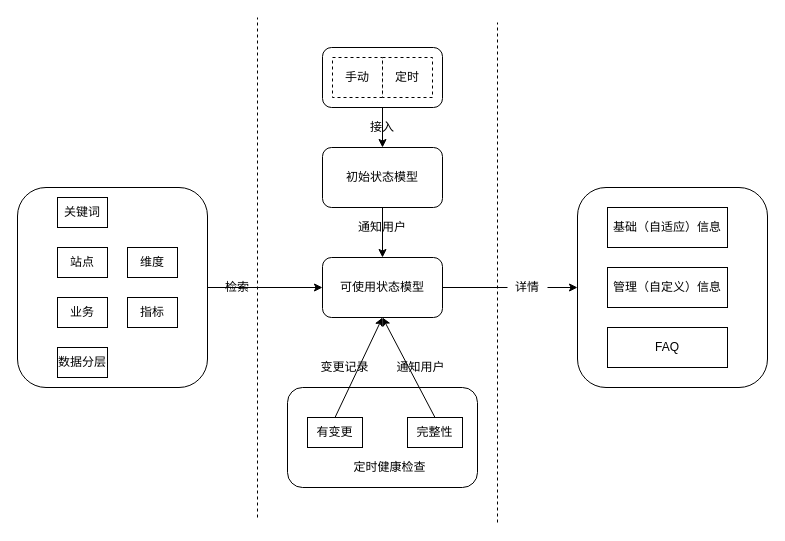
Before: page "第 2 页" (2 of 2) of demo01/demo.drawio in huang-chh/draw, a draw.io diagram. Source tidied: cells renumbered, new cells numbered last; positions are measured from the earlier drawing's top-left corner, leaving out a move shared by most shapes. Both pictures are drawn from the tidied source at 100%, with x=0, y=0 at pixel (17, 17).
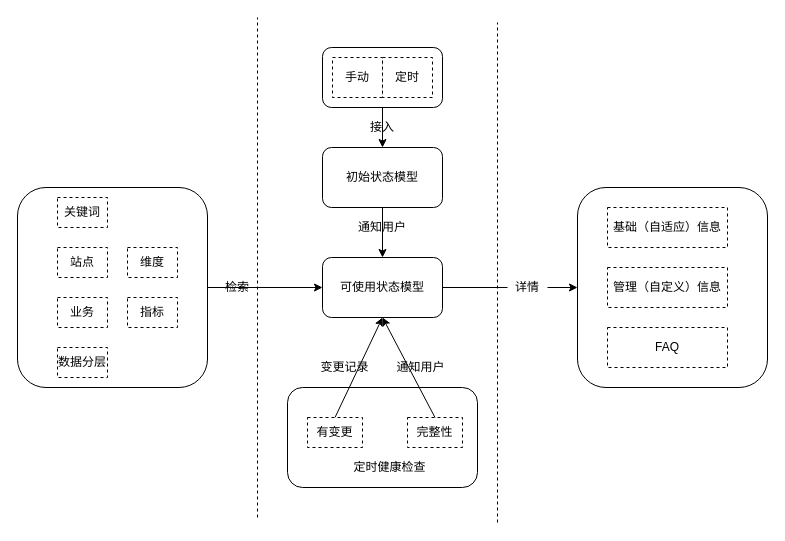
The same diagram, later.

The edit, as a diff of the source:
```diff
@@
-    <mxCell id="14" value="有变更" style="rounded=0;whiteSpace=wrap;html=1;" parent="1" vertex="1">
+    <mxCell id="14" value="有变更" style="rounded=0;whiteSpace=wrap;html=1;dashed=1;" parent="1" vertex="1">
       <mxGeometry x="290" y="400" width="55" height="30" as="geometry" />
     </mxCell>
-    <mxCell id="15" value="完整性" style="rounded=0;whiteSpace=wrap;html=1;" parent="1" vertex="1">
+    <mxCell id="15" value="完整性" style="rounded=0;whiteSpace=wrap;html=1;dashed=1;" parent="1" vertex="1">
       <mxGeometry x="390" y="400" width="55" height="30" as="geometry" />
     </mxCell>
@@
-    <mxCell id="20" value="数据分层" style="rounded=0;whiteSpace=wrap;html=1;" parent="1" vertex="1">
+    <mxCell id="20" value="数据分层" style="rounded=0;whiteSpace=wrap;html=1;dashed=1;" parent="1" vertex="1">
       <mxGeometry x="40" y="330" width="50" height="30" as="geometry" />
     </mxCell>
-    <mxCell id="21" value="业务" style="rounded=0;whiteSpace=wrap;html=1;" parent="1" vertex="1">
+    <mxCell id="21" value="业务" style="rounded=0;whiteSpace=wrap;html=1;dashed=1;" parent="1" vertex="1">
       <mxGeometry x="40" y="280" width="50" height="30" as="geometry" />
     </mxCell>
-    <mxCell id="22" value="站点" style="rounded=0;whiteSpace=wrap;html=1;" parent="1" vertex="1">
+    <mxCell id="22" value="站点" style="rounded=0;whiteSpace=wrap;html=1;dashed=1;" parent="1" vertex="1">
       <mxGeometry x="40" y="230" width="50" height="30" as="geometry" />
     </mxCell>
-    <mxCell id="23" value="关键词" style="rounded=0;whiteSpace=wrap;html=1;" parent="1" vertex="1">
+    <mxCell id="23" value="关键词" style="rounded=0;whiteSpace=wrap;html=1;dashed=1;" parent="1" vertex="1">
       <mxGeometry x="40" y="180" width="50" height="30" as="geometry" />
     </mxCell>
-    <mxCell id="24" value="维度" style="rounded=0;whiteSpace=wrap;html=1;" parent="1" vertex="1">
+    <mxCell id="24" value="维度" style="rounded=0;whiteSpace=wrap;html=1;dashed=1;" parent="1" vertex="1">
       <mxGeometry x="110" y="230" width="50" height="30" as="geometry" />
     </mxCell>
-    <mxCell id="25" value="指标" style="rounded=0;whiteSpace=wrap;html=1;" parent="1" vertex="1">
+    <mxCell id="25" value="指标" style="rounded=0;whiteSpace=wrap;html=1;dashed=1;" parent="1" vertex="1">
       <mxGeometry x="110" y="280" width="50" height="30" as="geometry" />
     </mxCell>
@@
-    <mxCell id="30" value="基础（自适应）信息" style="rounded=0;whiteSpace=wrap;html=1;" parent="1" vertex="1">
+    <mxCell id="30" value="基础（自适应）信息" style="rounded=0;whiteSpace=wrap;html=1;dashed=1;" parent="1" vertex="1">
       <mxGeometry x="590" y="190" width="120" height="40" as="geometry" />
     </mxCell>
-    <mxCell id="31" value="管理（自定义）信息" style="rounded=0;whiteSpace=wrap;html=1;" parent="1" vertex="1">
+    <mxCell id="31" value="管理（自定义）信息" style="rounded=0;whiteSpace=wrap;html=1;dashed=1;" parent="1" vertex="1">
       <mxGeometry x="590" y="250" width="120" height="40" as="geometry" />
     </mxCell>
-    <mxCell id="32" value="FAQ" style="rounded=0;whiteSpace=wrap;html=1;" parent="1" vertex="1">
+    <mxCell id="32" value="FAQ" style="rounded=0;whiteSpace=wrap;html=1;dashed=1;" parent="1" vertex="1">
       <mxGeometry x="590" y="310" width="120" height="40" as="geometry" />
     </mxCell>
```
